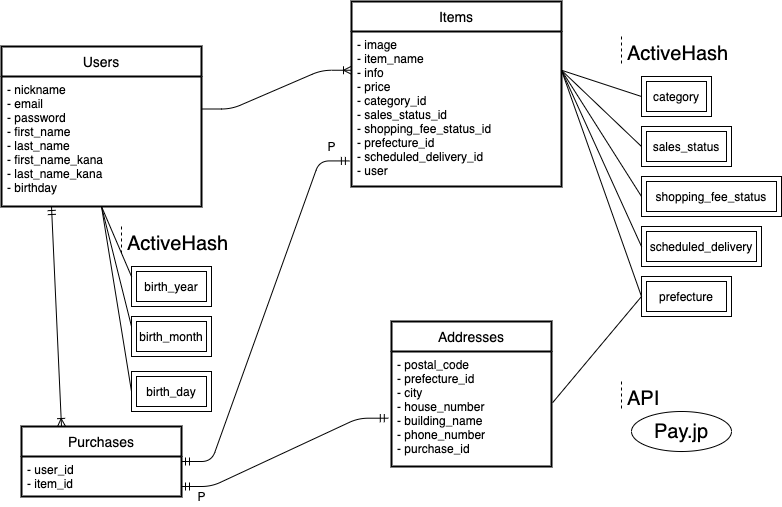
This is er.drawio.png from shochan614/furima-30636, a draw.io export, as it was before one commit. Source tidied: cells renumbered, new cells last; positions are measured from the earlier drawing's top-left corner, leaving out a move shared by most shapes.
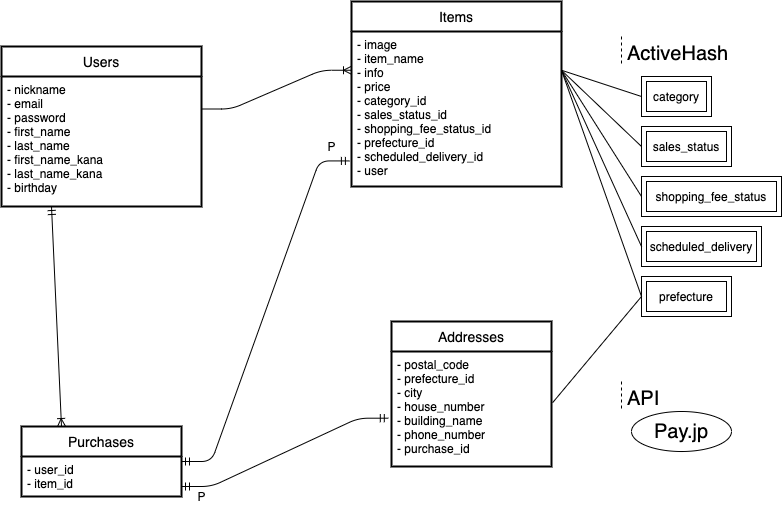
After the change.

What changed in the source:
```diff
@@ -83,35 +83,17 @@
     <mxCell id="28" value="- postal_code&#10;- prefecture_id&#10;- city&#10;- house_number&#10;- building_name&#10;- phone_number&#10;- purchase_id" style="align=left;strokeColor=none;fillColor=none;spacingLeft=4;fontSize=12;verticalAlign=top;" parent="27" vertex="1">
       <mxGeometry y="30" width="160" height="115" as="geometry" />
     </mxCell>
-    <mxCell id="29" value="ActiveHash" style="shape=partialRectangle;fillColor=none;align=left;verticalAlign=middle;strokeColor=none;spacingLeft=34;points=[[0,0.5],[1,0.5]];portConstraint=eastwest;fontSize=20;" parent="1" vertex="1">
-      <mxGeometry x="90" y="225" width="90" height="30" as="geometry" />
-    </mxCell>
-    <mxCell id="30" style="shape=partialRectangle;top=0;left=0;bottom=0;fillColor=none;stokeWidth=1;dashed=1;align=left;verticalAlign=middle;spacingLeft=4;spacingRight=4;overflow=hidden;" parent="29" vertex="1">
-      <mxGeometry width="30" height="30" as="geometry" />
-    </mxCell>
-    <mxCell id="31" value="birth_year" style="shape=ext;margin=3;double=1;whiteSpace=wrap;html=1;align=center;" parent="1" vertex="1">
-      <mxGeometry x="130" y="265" width="80" height="40" as="geometry" />
-    </mxCell>
-    <mxCell id="32" style="edgeStyle=orthogonalEdgeStyle;curved=1;rounded=0;orthogonalLoop=1;jettySize=auto;html=1;exitX=1;exitY=0.5;exitDx=0;exitDy=0;fontSize=20;" parent="1" edge="1" source="29" target="29">
-      <mxGeometry relative="1" as="geometry" />
+    <mxCell id="32" style="edgeStyle=orthogonalEdgeStyle;curved=1;rounded=0;orthogonalLoop=1;jettySize=auto;html=1;exitX=1;exitY=0.5;exitDx=0;exitDy=0;fontSize=20;" parent="1" edge="1">
+      <mxGeometry relative="1" as="geometry">
+        <mxPoint x="180" y="240" as="sourcePoint" />
+        <mxPoint x="180" y="240" as="targetPoint" />
+      </mxGeometry>
     </mxCell>
-    <mxCell id="33" value="birth_month" style="shape=ext;margin=3;double=1;whiteSpace=wrap;html=1;align=center;" parent="1" vertex="1">
-      <mxGeometry x="130" y="315" width="80" height="40" as="geometry" />
-    </mxCell>
-    <mxCell id="34" value="birth_day" style="shape=ext;margin=3;double=1;whiteSpace=wrap;html=1;align=center;" parent="1" vertex="1">
-      <mxGeometry x="130" y="370" width="80" height="40" as="geometry" />
-    </mxCell>
-    <mxCell id="35" style="endArrow=none;html=1;rounded=0;fontSize=20;exitX=0.5;exitY=1;exitDx=0;exitDy=0;entryX=0;entryY=0.25;entryDx=0;entryDy=0;" parent="1" edge="1" source="26" target="31">
-      <mxGeometry relative="1" as="geometry" />
-    </mxCell>
-    <mxCell id="36" style="endArrow=none;html=1;rounded=0;fontSize=20;exitX=0.5;exitY=1;exitDx=0;exitDy=0;entryX=0;entryY=0.25;entryDx=0;entryDy=0;" parent="1" edge="1" source="26" target="33">
-      <mxGeometry relative="1" as="geometry" />
-    </mxCell>
-    <mxCell id="37" style="endArrow=none;html=1;rounded=0;fontSize=20;exitX=0.5;exitY=1;exitDx=0;exitDy=0;entryX=0;entryY=0.5;entryDx=0;entryDy=0;" parent="1" edge="1" source="26" target="34">
-      <mxGeometry relative="1" as="geometry" />
-    </mxCell>
-    <mxCell id="38" style="edgeStyle=orthogonalEdgeStyle;curved=1;rounded=0;orthogonalLoop=1;jettySize=auto;html=1;exitX=1;exitY=0.5;exitDx=0;exitDy=0;fontSize=20;" parent="1" edge="1" source="29" target="29">
-      <mxGeometry relative="1" as="geometry" />
+    <mxCell id="38" style="edgeStyle=orthogonalEdgeStyle;curved=1;rounded=0;orthogonalLoop=1;jettySize=auto;html=1;exitX=1;exitY=0.5;exitDx=0;exitDy=0;fontSize=20;" parent="1" edge="1">
+      <mxGeometry relative="1" as="geometry">
+        <mxPoint x="180" y="240" as="sourcePoint" />
+        <mxPoint x="180" y="240" as="targetPoint" />
+      </mxGeometry>
     </mxCell>
     <mxCell id="39" style="fontSize=12;html=1;endArrow=ERoneToMany;startArrow=ERmandOne;entryX=0.25;entryY=0;entryDx=0;entryDy=0;exitX=0.25;exitY=1;exitDx=0;exitDy=0;" parent="1" edge="1" source="26" target="40">
       <mxGeometry relative="1" as="geometry" />
```
